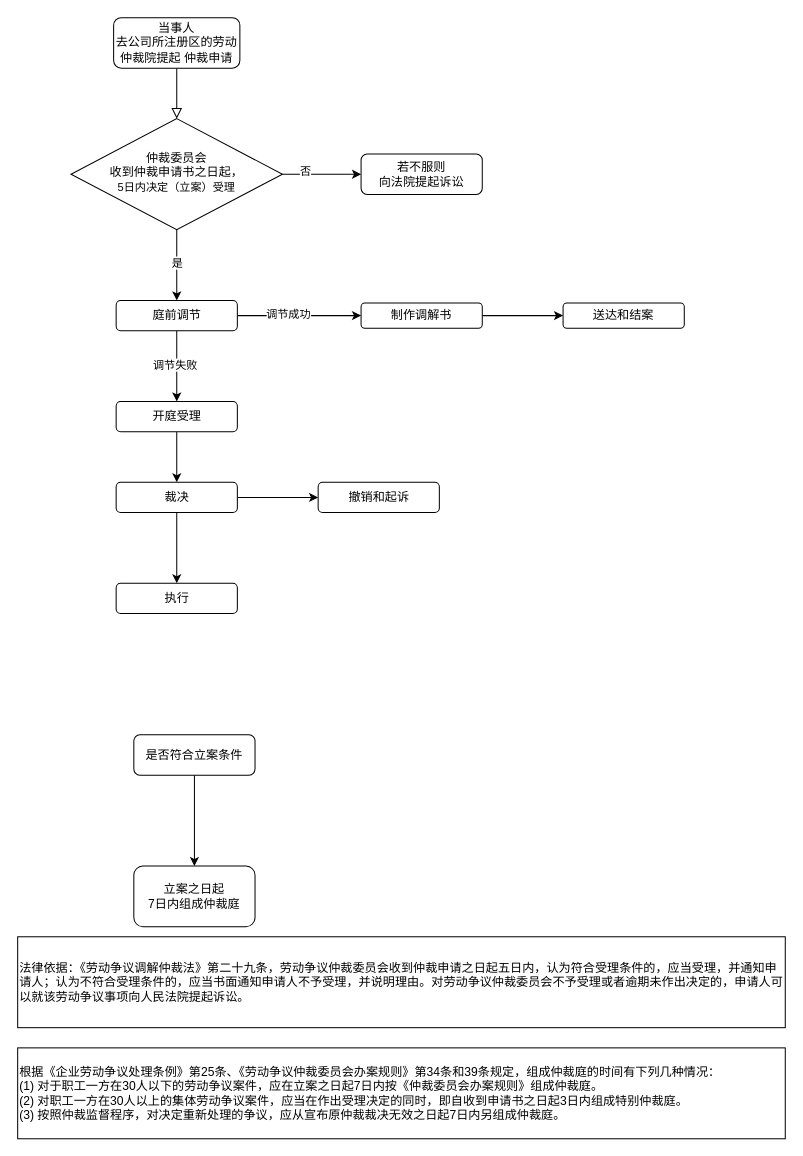
Before: 拖欠薪资.drawio in dingshaohua-cn/drawio, a draw.io diagram. Source tidied: cells renumbered, new cells numbered last; positions are measured from the earlier drawing's top-left corner, leaving out a move shared by most shapes. Both pictures are drawn from the tidied source at 101%, with x=0, y=0 at pixel (17, 17).
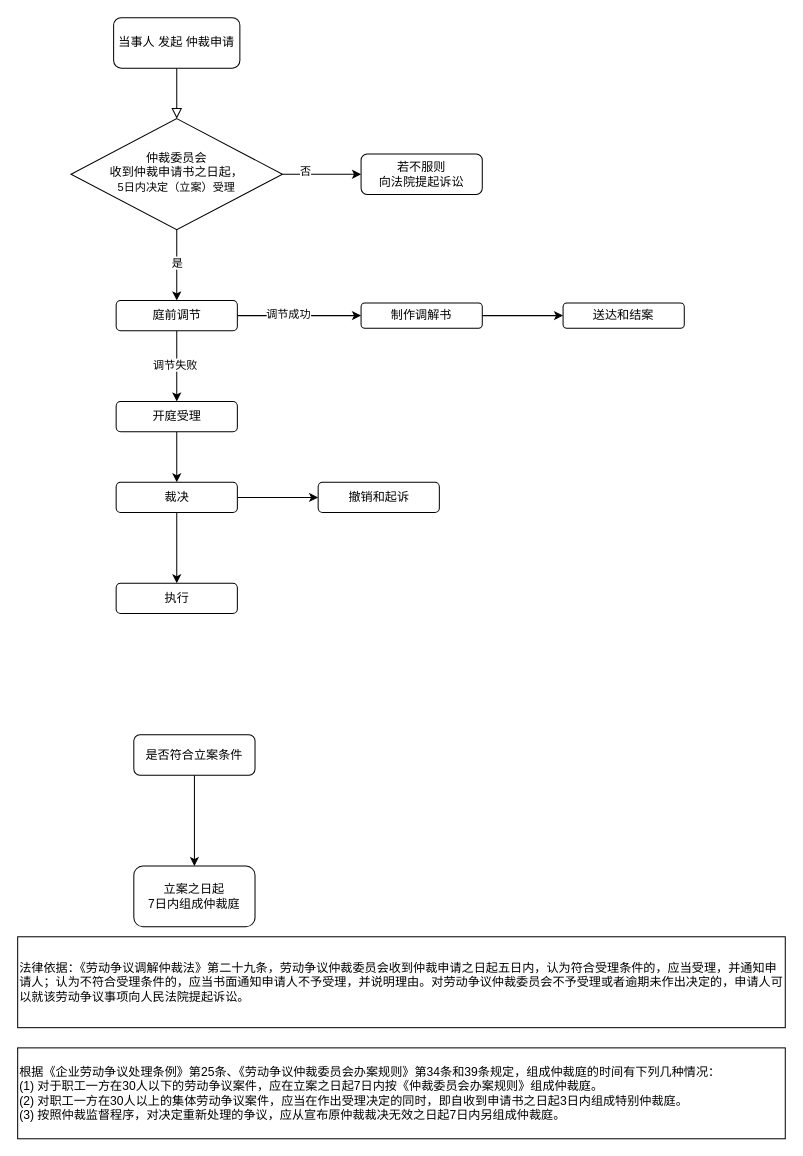
After the change.

Commit message (it also covers changes not shown here):
更新拖欠薪资.drawio

What changed in the source:
```diff
@@
-    <mxCell id="3" value="当事人&lt;br&gt;去公司所注册区的劳动仲裁院提起 仲裁申请" style="rounded=1;whiteSpace=wrap;html=1;fontSize=12;glass=0;strokeWidth=1;shadow=0;" parent="1" vertex="1">
+    <mxCell id="3" value="当事人 发起&amp;nbsp;仲裁申请" style="rounded=1;whiteSpace=wrap;html=1;fontSize=12;glass=0;strokeWidth=1;shadow=0;" parent="1" vertex="1">
       <mxGeometry x="95" width="125" height="50" as="geometry" />
     </mxCell>
```
